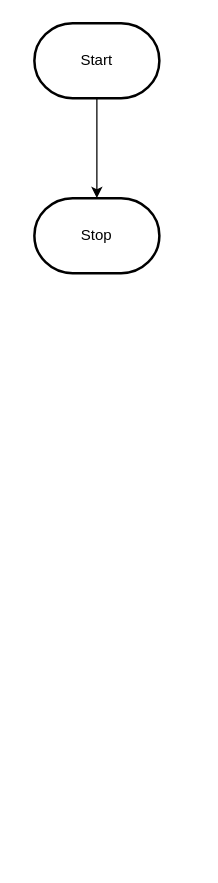
MTHS-ICS2O-2-2022/ICS2O-Unit-3-02-timbradyy keeps this draw.io diagram as design/flowchart.drawio. Above is the earlier version. Source tidied: cells renumbered, new cells numbered last; positions are measured from the earlier drawing's top-left corner, leaving out a move shared by most shapes. Both pictures are drawn from the tidied source at 125%, with x=0, y=0 at pixel (34, 22).
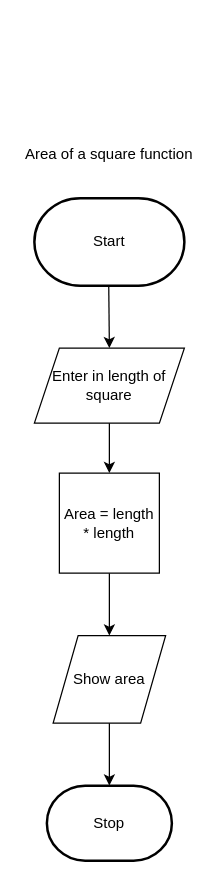
The same page after the edit.

The edit, as a diff of the source:
```diff
@@
 <mxGraphModel>
   <root>
     <mxCell id="0" />
     <mxCell id="1" parent="0" />
+    <mxCell id="4" value="Start" style="strokeWidth=2;html=1;shape=mxgraph.flowchart.terminator;whiteSpace=wrap;" parent="1" vertex="1">
+      <mxGeometry y="140" width="120" height="70" as="geometry" />
+    </mxCell>
-    <mxCell id="2" style="edgeStyle=orthogonalEdgeStyle;html=1;rounded=0;" parent="1" edge="1" source="3" target="4">
-      <mxGeometry relative="1" as="geometry" />
+    <mxCell id="2" value="Area of a square function" style="text;html=1;strokeColor=none;fillColor=none;align=center;verticalAlign=middle;whiteSpace=wrap;rounded=0;" parent="1" vertex="1">
+      <mxGeometry x="-10" y="90" width="140" height="30" as="geometry" />
     </mxCell>
-    <mxCell id="3" value="Start" style="strokeWidth=2;html=1;shape=mxgraph.flowchart.terminator;whiteSpace=wrap;" parent="1" vertex="1">
-      <mxGeometry width="100" height="60" as="geometry" />
-    </mxCell>
-    <mxCell id="4" value="Stop" style="strokeWidth=2;html=1;shape=mxgraph.flowchart.terminator;whiteSpace=wrap;" parent="1" vertex="1">
-      <mxGeometry y="140" width="100" height="60" as="geometry" />
-    </mxCell>
+    <mxCell id="5" style="endArrow=classic;html=1;entryX=0.5;entryY=0;entryDx=0;entryDy=0;" parent="1" edge="1" target="6">
+      <mxGeometry relative="1" as="geometry">
+        <mxPoint x="59.5" y="210" as="sourcePoint" />
+      </mxGeometry>
+    </mxCell>
+    <mxCell id="6" value="Enter in length of square" style="shape=parallelogram;perimeter=parallelogramPerimeter;whiteSpace=wrap;html=1;fixedSize=1;" parent="1" vertex="1">
+      <mxGeometry y="260" width="120" height="60" as="geometry" />
+    </mxCell>
+    <mxCell id="7" style="edgeStyle=none;html=1;" parent="1" edge="1" source="8">
+      <mxGeometry relative="1" as="geometry">
+        <mxPoint x="60" y="490" as="targetPoint" />
+      </mxGeometry>
+    </mxCell>
+    <mxCell id="8" value="Area = length * length" style="whiteSpace=wrap;html=1;" parent="1" vertex="1">
+      <mxGeometry x="20" y="360" width="80" height="80" as="geometry" />
+    </mxCell>
+    <mxCell id="9" style="endArrow=classic;html=1;entryX=0.5;entryY=0;entryDx=0;entryDy=0;" parent="1" edge="1" target="8">
+      <mxGeometry relative="1" as="geometry">
+        <mxPoint x="60" y="320" as="sourcePoint" />
+      </mxGeometry>
+    </mxCell>
+    <mxCell id="10" value="Show area" style="shape=parallelogram;perimeter=parallelogramPerimeter;whiteSpace=wrap;html=1;fixedSize=1;" parent="1" vertex="1">
+      <mxGeometry x="15" y="490" width="90" height="70" as="geometry" />
+    </mxCell>
+    <mxCell id="11" value="Stop" style="strokeWidth=2;html=1;shape=mxgraph.flowchart.terminator;whiteSpace=wrap;" parent="1" vertex="1">
+      <mxGeometry x="10" y="610" width="100" height="60" as="geometry" />
+    </mxCell>
+    <mxCell id="12" style="endArrow=classic;html=1;entryX=0.5;entryY=0;entryDx=0;entryDy=0;entryPerimeter=0;exitX=0.5;exitY=1;exitDx=0;exitDy=0;exitPerimeter=0;" parent="1" edge="1" source="10" target="11">
+      <mxGeometry relative="1" as="geometry" />
+    </mxCell>
   </root>
 </mxGraphModel>
```
